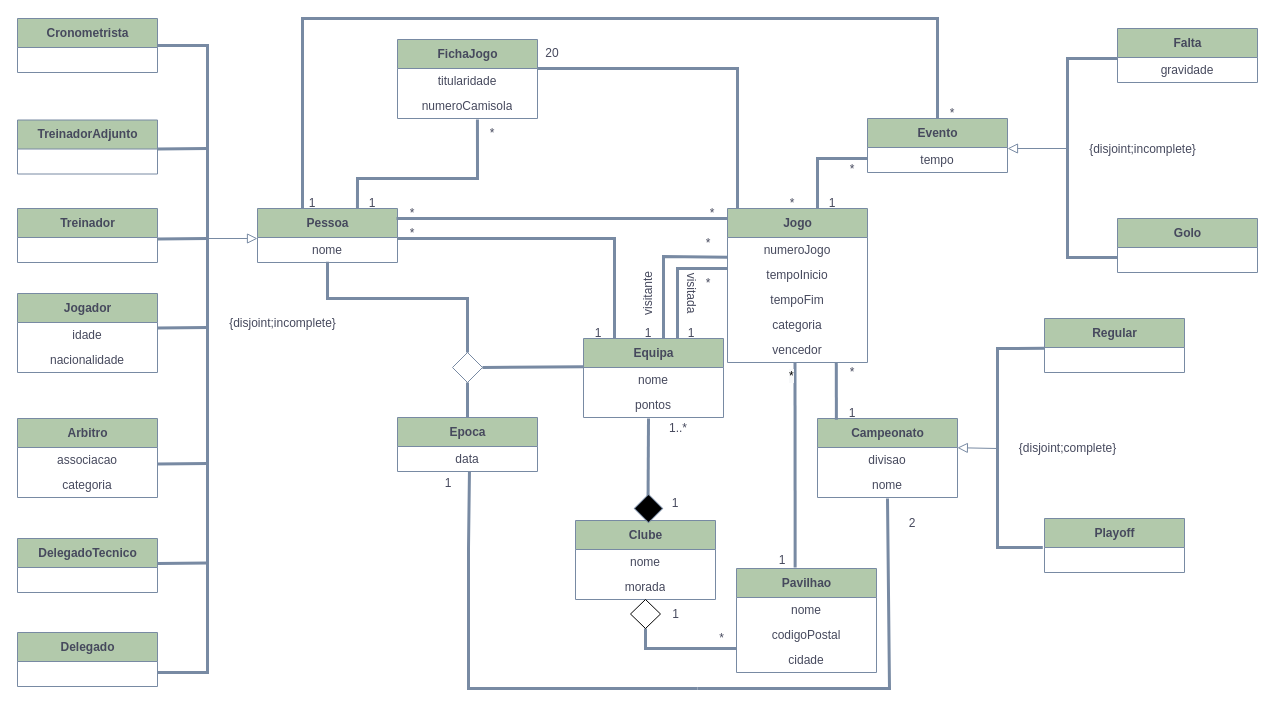
Before: uml_diagram.drawio in ValterCastro/FEUP-BD, a draw.io diagram. Source tidied: cells renumbered, new cells numbered last; positions are measured from the earlier drawing's top-left corner, leaving out a move shared by most shapes. Both pictures are drawn from the tidied source at 100%, with x=0, y=0 at pixel (17, 18).
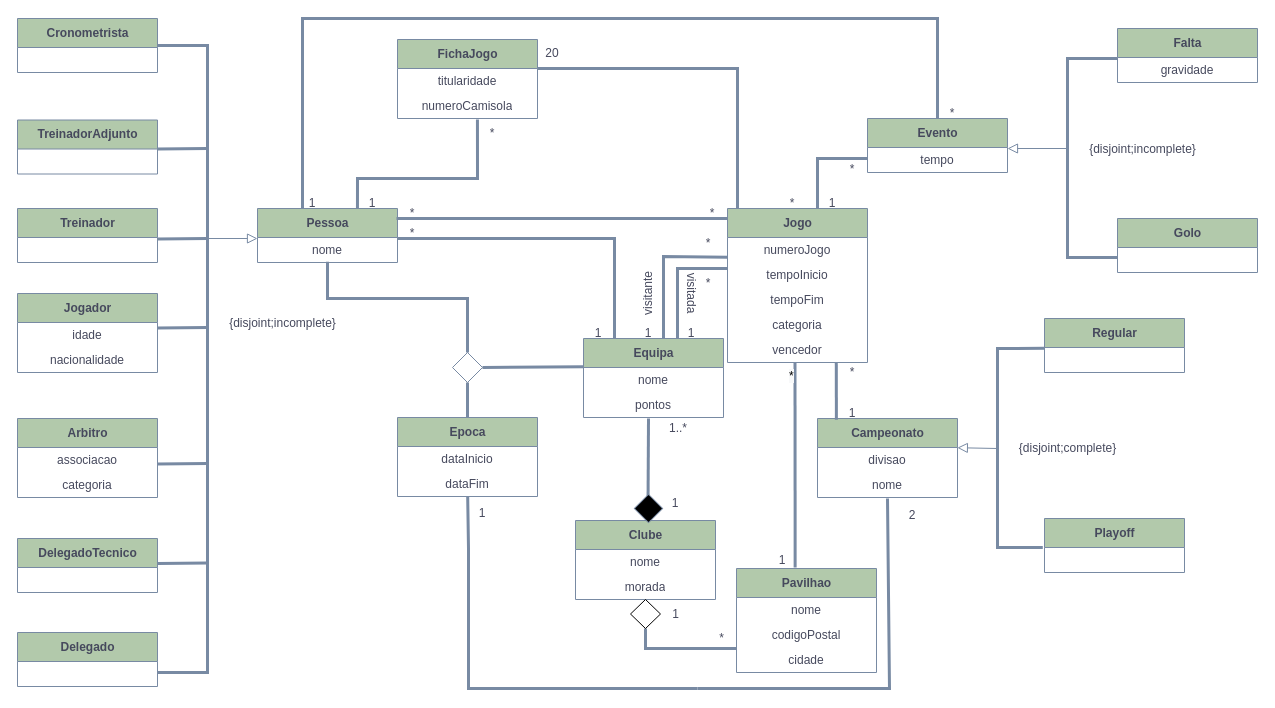
The same diagram, later.

Diff of the diagram source:
```diff
@@
-    <mxCell id="51" style="endArrow=none;startArrow=none;endFill=0;startFill=0;endSize=8;html=1;verticalAlign=bottom;labelBackgroundColor=none;strokeWidth=3;rounded=0;exitX=0.514;exitY=0.98;exitDx=0;exitDy=0;exitPerimeter=0;strokeColor=#788AA3;fontColor=#46495D;" parent="1" edge="1" source="70">
+    <mxCell id="51" style="endArrow=none;startArrow=none;endFill=0;startFill=0;endSize=8;html=1;verticalAlign=bottom;labelBackgroundColor=none;strokeWidth=3;rounded=0;strokeColor=#788AA3;fontColor=#46495D;" parent="1" edge="1" source="112">
       <mxGeometry relative="1" as="geometry">
         <mxPoint x="680" y="670" as="targetPoint" />
         <Array as="points">
           <mxPoint x="451" y="530" />
           <mxPoint x="451" y="670" />
           <mxPoint x="600" y="670" />
           <mxPoint x="650" y="670" />
         </Array>
       </mxGeometry>
     </mxCell>
@@
     <mxCell id="53" value="2" style="text;html=1;strokeColor=none;fillColor=none;align=center;verticalAlign=middle;whiteSpace=wrap;rounded=0;fontColor=#46495D;" parent="1" vertex="1">
-      <mxGeometry x="880" y="500" width="30" height="10" as="geometry" />
+      <mxGeometry x="880" y="492" width="30" height="10" as="geometry" />
     </mxCell>
@@
     <mxCell id="69" value="Epoca" style="swimlane;fontStyle=1;align=center;verticalAlign=middle;horizontal=1;startSize=29;html=1;fillColor=#B2C9AB;strokeColor=#788AA3;fontColor=#46495D;" parent="1" vertex="1">
-      <mxGeometry x="380" y="399" width="140" height="54" as="geometry" />
+      <mxGeometry x="380" y="399" width="140" height="79" as="geometry" />
     </mxCell>
-    <mxCell id="70" value="data" style="text;html=1;strokeColor=none;fillColor=none;align=center;verticalAlign=middle;spacingLeft=4;spacingRight=4;overflow=hidden;points=[[0,0.5],[1,0.5]];portConstraint=eastwest;fontColor=#46495D;" parent="69" vertex="1">
+    <mxCell id="70" value="dataInicio" style="text;html=1;strokeColor=none;fillColor=none;align=center;verticalAlign=middle;spacingLeft=4;spacingRight=4;overflow=hidden;points=[[0,0.5],[1,0.5]];portConstraint=eastwest;fontColor=#46495D;" parent="69" vertex="1">
       <mxGeometry y="29" width="140" height="25" as="geometry" />
     </mxCell>
+    <mxCell id="112" value="dataFim" style="text;html=1;strokeColor=none;fillColor=none;align=center;verticalAlign=middle;spacingLeft=4;spacingRight=4;overflow=hidden;points=[[0,0.5],[1,0.5]];portConstraint=eastwest;fontColor=#46495D;" parent="69" vertex="1">
+      <mxGeometry y="54" width="140" height="25" as="geometry" />
+    </mxCell>
@@
     <mxCell id="88" value="1" style="text;html=1;strokeColor=none;fillColor=none;align=center;verticalAlign=middle;whiteSpace=wrap;rounded=0;fontColor=#46495D;" parent="1" vertex="1">
-      <mxGeometry x="416" y="460" width="30" height="10" as="geometry" />
+      <mxGeometry x="450" y="490" width="30" height="10" as="geometry" />
     </mxCell>
```
